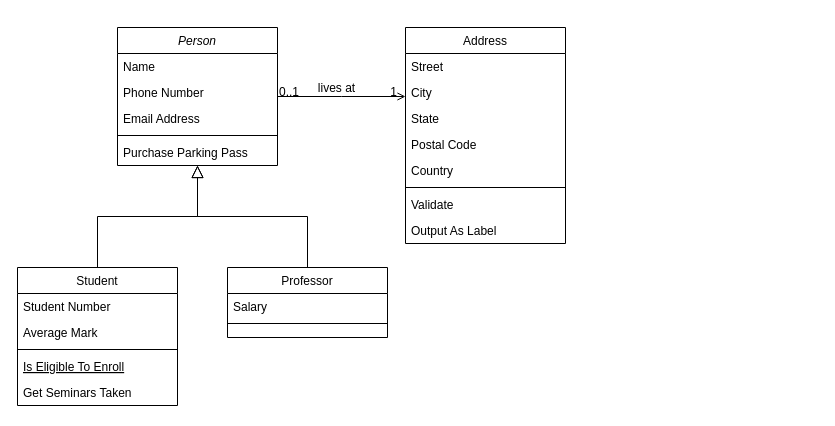
Above: CuoiKi.drawio in PanJr0109/PanJr0109 (draw.io), before the change. Source tidied: cells renumbered, new cells numbered last; positions are measured from the earlier drawing's top-left corner, leaving out a move shared by most shapes. Both pictures are drawn from the tidied source at 100%, with x=0, y=0 at pixel (17, 27).
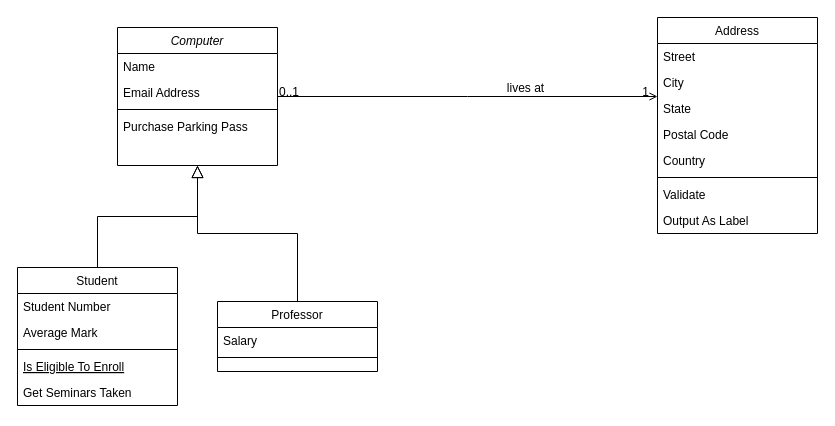
Above is the later version.

Diff of the diagram source:
```diff
@@
-    <mxCell id="2" value="Person" style="swimlane;fontStyle=2;align=center;verticalAlign=top;horizontal=1;startSize=26;rounded=0;shadow=0;strokeWidth=1;" parent="1" vertex="1">
+    <mxCell id="2" value="Computer" style="swimlane;fontStyle=2;align=center;verticalAlign=top;horizontal=1;startSize=26;rounded=0;shadow=0;strokeWidth=1;" parent="1" vertex="1">
       <mxGeometry x="100" width="160" height="138" as="geometry" />
     </mxCell>
@@
-    <mxCell id="4" value="Phone Number" style="text;align=left;verticalAlign=top;spacingLeft=4;spacingRight=4;overflow=hidden;rounded=0;shadow=0;html=0;" parent="2" vertex="1">
-      <mxGeometry y="52" width="160" height="26" as="geometry" />
-    </mxCell>
     <mxCell id="5" value="Email Address" style="text;align=left;verticalAlign=top;spacingLeft=4;spacingRight=4;overflow=hidden;rounded=0;shadow=0;html=0;" parent="2" vertex="1">
-      <mxGeometry y="78" width="160" height="26" as="geometry" />
+      <mxGeometry y="52" width="160" height="26" as="geometry" />
     </mxCell>
     <mxCell id="6" style="line;html=1;strokeWidth=1;align=left;verticalAlign=middle;spacingTop=-1;spacingLeft=3;spacingRight=3;labelPosition=right;" parent="2" vertex="1">
-      <mxGeometry y="104" width="160" height="8" as="geometry" />
+      <mxGeometry y="78" width="160" height="8" as="geometry" />
     </mxCell>
     <mxCell id="7" value="Purchase Parking Pass" style="text;align=left;verticalAlign=top;spacingLeft=4;spacingRight=4;overflow=hidden;" parent="2" vertex="1">
-      <mxGeometry y="112" width="160" height="26" as="geometry" />
+      <mxGeometry y="86" width="160" height="26" as="geometry" />
     </mxCell>
@@
     <mxCell id="15" value="Professor" style="swimlane;fontStyle=0;align=center;verticalAlign=top;horizontal=1;startSize=26;rounded=0;shadow=0;strokeWidth=1;" parent="1" vertex="1">
-      <mxGeometry x="210" y="240" width="160" height="70" as="geometry" />
+      <mxGeometry x="200" y="274" width="160" height="70" as="geometry" />
     </mxCell>
@@
     <mxCell id="19" value="Address" style="swimlane;fontStyle=0;align=center;verticalAlign=top;horizontal=1;startSize=26;rounded=0;shadow=0;strokeWidth=1;" parent="1" vertex="1">
-      <mxGeometry x="388" width="160" height="216" as="geometry" />
+      <mxGeometry x="640" y="-10" width="160" height="216" as="geometry" />
     </mxCell>
```
